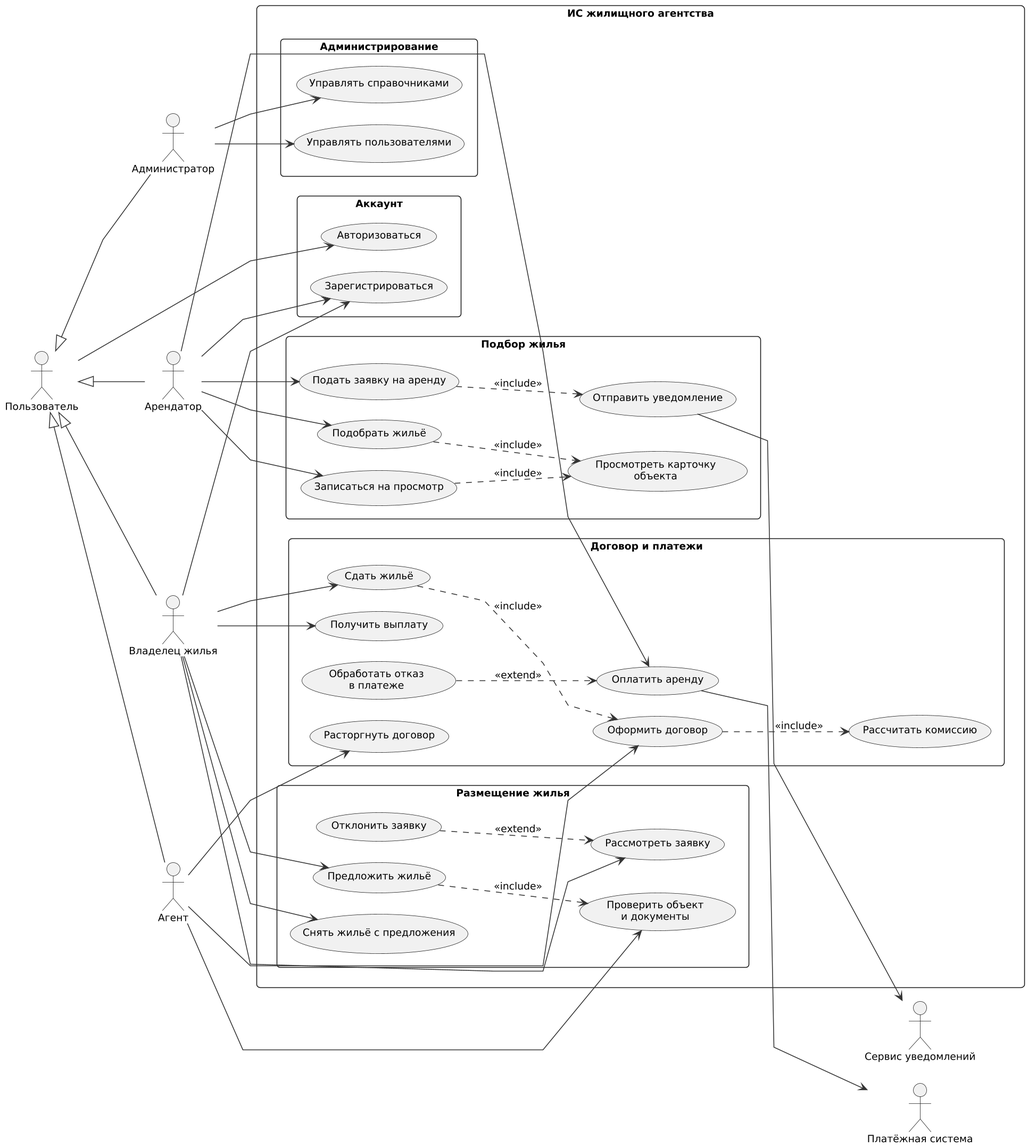
Above: Прецеденты/Диаграмма прецедентов.png in penamarth/bsbo-11-24_team2_var8_rentagency (PlantUML), before the change. Its diagram source:
```plantuml
@startuml
skinparam defaultFontName DejaVu Sans
skinparam defaultFontSize 12
skinparam shadowing false
skinparam dpi 150
skinparam roundCorner 8
skinparam ArrowColor #333333
skinparam backgroundColor white
skinparam packageStyle rectangle
skinparam linetype polyline
skinparam nodesep 25
skinparam ranksep 60
left to right direction

actor "Пользователь" as U
actor "Администратор" as S
actor "Арендатор" as A
actor "Владелец жилья" as L
actor "Агент" as G
actor "Платёжная система" as P
actor "Сервис уведомлений" as N

U <|-- A
U <|-- L
U <|-- G
U <|-- S

rectangle "ИС жилищного агентства" {
  rectangle "Аккаунт" as R1 {
    usecase "Авторизоваться" as UC2
    usecase "Зарегистрироваться" as UC1
  }
  rectangle "Администрирование" as R5 {
    usecase "Управлять пользователями" as UC18
    usecase "Управлять справочниками" as UC19
  }
  rectangle "Подбор жилья" as R2 {
    usecase "Подобрать жильё" as UC3
    usecase "Просмотреть карточку\nобъекта" as UC4
    usecase "Записаться на просмотр" as UC5
    usecase "Подать заявку на аренду" as UC6
    usecase "Отправить уведомление" as UC20
  }
  rectangle "Размещение жилья" as R3 {
    usecase "Предложить жильё" as UC8
    usecase "Проверить объект\nи документы" as UC14
    usecase "Снять жильё с предложения" as UC9
    usecase "Рассмотреть заявку" as UC10
    usecase "Отклонить заявку" as UC11
  }
  rectangle "Договор и платежи" as R4 {
    usecase "Сдать жильё" as UC12
    usecase "Оформить договор" as UC15
    usecase "Рассчитать комиссию" as UC16
    usecase "Расторгнуть договор" as UC17
    usecase "Оплатить аренду" as UC7
    usecase "Обработать отказ\nв платеже" as UC21
    usecase "Получить выплату" as UC13
  }
}

U --> UC2
A --> UC1
L --> UC1
S --> UC18
S --> UC19
A --> UC3
A --> UC5
A --> UC6
A --> UC7
L --> UC8
L --> UC9
L --> UC10
L --> UC12
L --> UC13
G --> UC14
G --> UC15
G --> UC17
UC7 --> P
UC20 --> N

UC3 ..> UC4 : <<include>>
UC5 ..> UC4 : <<include>>
UC6 ..> UC20 : <<include>>
UC8 ..> UC14 : <<include>>
UC12 ..> UC15 : <<include>>
UC15 ..> UC16 : <<include>>
UC11 ..> UC10 : <<extend>>
UC21 ..> UC7 : <<extend>>
@enduml
```
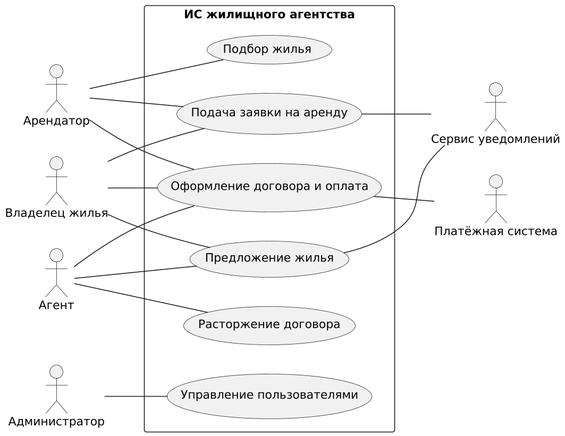
The same file after the commit.

Commit message:
модель предметной области и 2 диаграммы

Diff of the diagram source:
```diff
@@ -1,90 +1,47 @@
 @startuml
+skinparam packageStyle rect
 skinparam defaultFontName DejaVu Sans
-skinparam defaultFontSize 12
-skinparam shadowing false
 skinparam dpi 150
-skinparam roundCorner 8
-skinparam ArrowColor #333333
-skinparam backgroundColor white
-skinparam packageStyle rectangle
-skinparam linetype polyline
-skinparam nodesep 25
-skinparam ranksep 60
 left to right direction
 
-actor "Пользователь" as U
-actor "Администратор" as S
-actor "Арендатор" as A
-actor "Владелец жилья" as L
-actor "Агент" as G
-actor "Платёжная система" as P
-actor "Сервис уведомлений" as N
+:Арендатор:
+:Владелец жилья:
+:Агент:
+:Администратор:
 
-U <|-- A
-U <|-- L
-U <|-- G
-U <|-- S
+package "ИС жилищного агентства" {
 
-rectangle "ИС жилищного агентства" {
-  rectangle "Аккаунт" as R1 {
-    usecase "Авторизоваться" as UC2
-    usecase "Зарегистрироваться" as UC1
-  }
-  rectangle "Администрирование" as R5 {
-    usecase "Управлять пользователями" as UC18
-    usecase "Управлять справочниками" as UC19
-  }
-  rectangle "Подбор жилья" as R2 {
-    usecase "Подобрать жильё" as UC3
-    usecase "Просмотреть карточку\nобъекта" as UC4
-    usecase "Записаться на просмотр" as UC5
-    usecase "Подать заявку на аренду" as UC6
-    usecase "Отправить уведомление" as UC20
-  }
-  rectangle "Размещение жилья" as R3 {
-    usecase "Предложить жильё" as UC8
-    usecase "Проверить объект\nи документы" as UC14
-    usecase "Снять жильё с предложения" as UC9
-    usecase "Рассмотреть заявку" as UC10
-    usecase "Отклонить заявку" as UC11
-  }
-  rectangle "Договор и платежи" as R4 {
-    usecase "Сдать жильё" as UC12
-    usecase "Оформить договор" as UC15
-    usecase "Рассчитать комиссию" as UC16
-    usecase "Расторгнуть договор" as UC17
-    usecase "Оплатить аренду" as UC7
-    usecase "Обработать отказ\nв платеже" as UC21
-    usecase "Получить выплату" as UC13
-  }
+(Подбор жилья)
+(Подача заявки на аренду)
+(Предложение жилья)
+(Оформление договора и оплата)
+(Расторжение договора)
+(Управление пользователями)
+
 }
 
-U --> UC2
-A --> UC1
-L --> UC1
-S --> UC18
-S --> UC19
-A --> UC3
-A --> UC5
-A --> UC6
-A --> UC7
-L --> UC8
-L --> UC9
-L --> UC10
-L --> UC12
-L --> UC13
-G --> UC14
-G --> UC15
-G --> UC17
-UC7 --> P
-UC20 --> N
 
-UC3 ..> UC4 : <<include>>
-UC5 ..> UC4 : <<include>>
-UC6 ..> UC20 : <<include>>
-UC8 ..> UC14 : <<include>>
-UC12 ..> UC15 : <<include>>
-UC15 ..> UC16 : <<include>>
-UC11 ..> UC10 : <<extend>>
-UC21 ..> UC7 : <<extend>>
+:Арендатор: -- (Подбор жилья)
+:Арендатор: -- (Подача заявки на аренду)
+:Арендатор: -- (Оформление договора и оплата)
+
+:Владелец жилья: -- (Предложение жилья)
+:Владелец жилья: -- (Подача заявки на аренду)
+:Владелец жилья: -- (Оформление договора и оплата)
+
+:Агент: -- (Предложение жилья)
+:Агент: -- (Оформление договора и оплата)
+:Агент: -- (Расторжение договора)
+
+:Администратор: -- (Управление пользователями)
+
+
+:Платёжная система:
+:Сервис уведомлений:
+
+
+(Оформление договора и оплата) -- :Платёжная система:
+(Подача заявки на аренду) -- :Сервис уведомлений:
+(Предложение жилья) -- :Сервис уведомлений:
+
 @enduml
```
